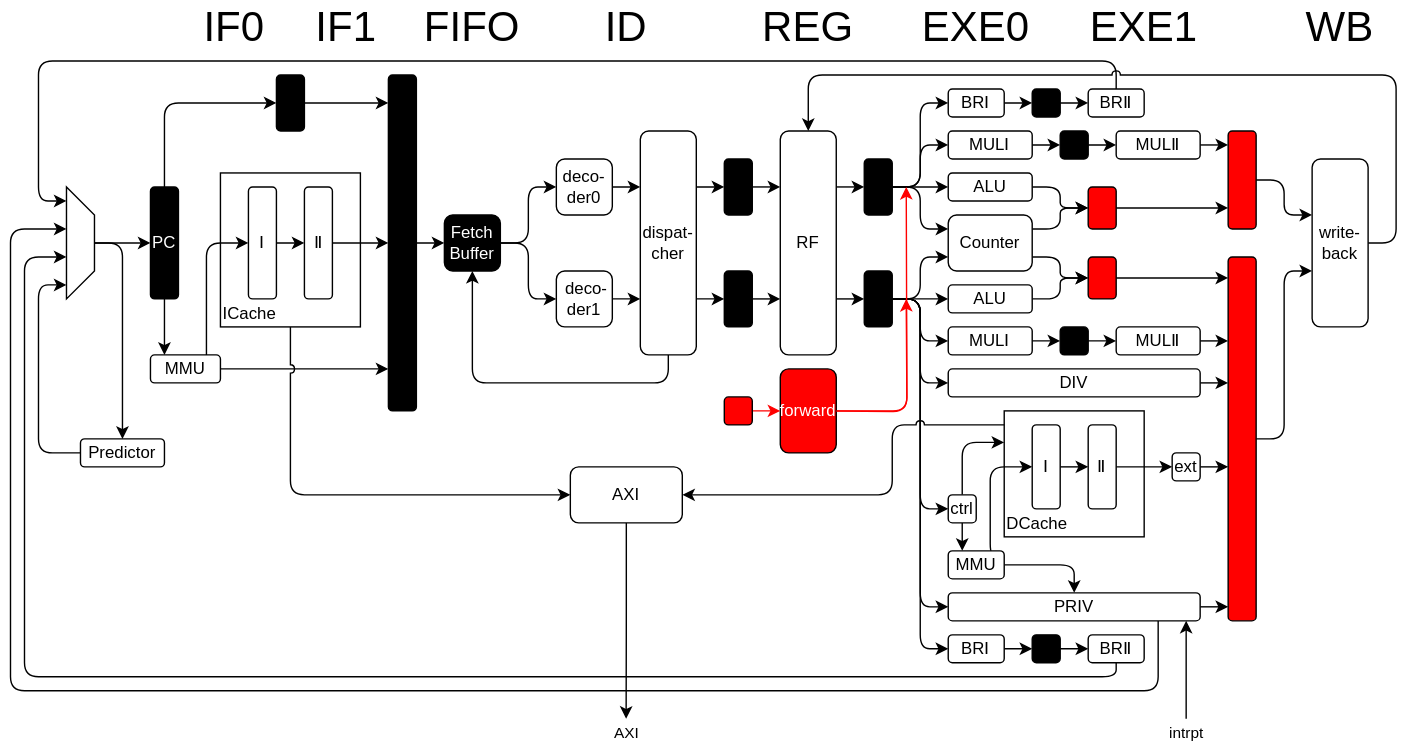
Earlier version of the draw.io export docs/report/flow.svg (XhyDds/creep). Source tidied: cells renumbered, new cells last; positions are measured from the earlier drawing's top-left corner, leaving out a move shared by most shapes.
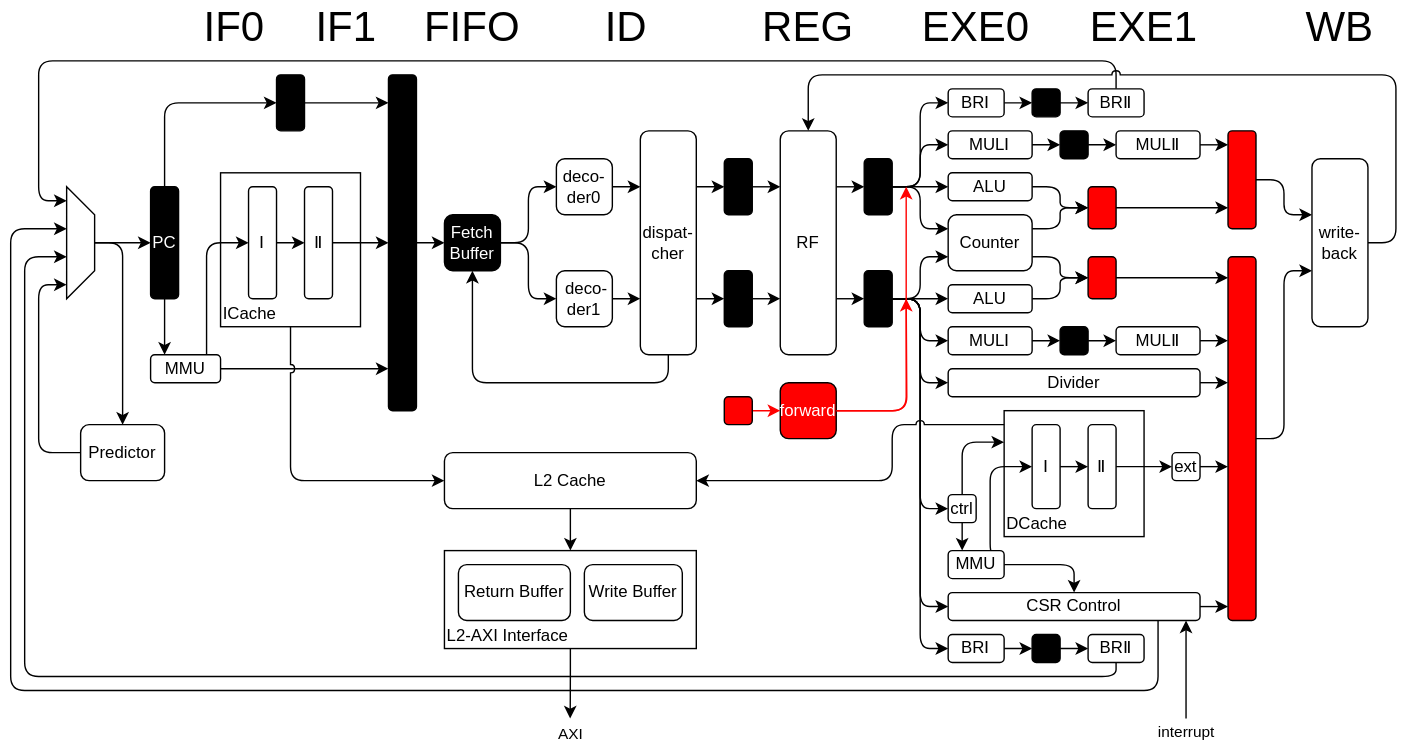
The same diagram one commit later.

What changed in the source:
```diff
@@ -287,7 +287,7 @@
         <mxPoint x="870" y="269.9" as="targetPoint" />
       </mxGeometry>
     </mxCell>
-    <mxCell id="65" value="DIV" style="rounded=1;whiteSpace=wrap;html=1;" parent="1" vertex="1">
+    <mxCell id="65" value="Divider" style="rounded=1;whiteSpace=wrap;html=1;" parent="1" vertex="1">
       <mxGeometry x="670" y="260" width="180" height="20" as="geometry" />
     </mxCell>
     <mxCell id="66" style="edgeStyle=orthogonalEdgeStyle;rounded=1;jettySize=auto;html=1;exitX=1;exitY=0.5;exitDx=0;exitDy=0;" parent="1" edge="1" source="68">
@@ -305,7 +305,7 @@
         </Array>
       </mxGeometry>
     </mxCell>
-    <mxCell id="68" value="PRIV" style="rounded=1;whiteSpace=wrap;html=1;" parent="1" vertex="1">
+    <mxCell id="68" value="CSR Control" style="rounded=1;whiteSpace=wrap;html=1;" parent="1" vertex="1">
       <mxGeometry x="670" y="420" width="180" height="20" as="geometry" />
     </mxCell>
     <mxCell id="69" style="edgeStyle=orthogonalEdgeStyle;rounded=1;jettySize=auto;html=1;exitX=1;exitY=0.5;exitDx=0;exitDy=0;entryX=0;entryY=0.5;entryDx=0;entryDy=0;" parent="1" edge="1" source="70" target="72">
@@ -427,7 +427,7 @@
       <mxGeometry relative="1" as="geometry">
         <Array as="points">
           <mxPoint x="630" y="300" />
-          <mxPoint x="630" y="350" />
+          <mxPoint x="630" y="340" />
         </Array>
       </mxGeometry>
     </mxCell>
@@ -446,7 +446,7 @@
     <mxCell id="98" value="write-&lt;br&gt;back" style="rounded=1;whiteSpace=wrap;html=1;" parent="1" vertex="1">
       <mxGeometry x="930" y="110" width="40" height="120" as="geometry" />
     </mxCell>
-    <mxCell id="99" value="intrpt" style="endArrow=classic;html=1;rounded=1;" parent="1" edge="1">
+    <mxCell id="99" value="interrupt" style="endArrow=classic;html=1;rounded=1;" parent="1" edge="1">
       <mxGeometry x="-1" y="-10" relative="1" as="geometry">
         <mxPoint x="840" y="510" as="sourcePoint" />
         <mxPoint x="840" y="440" as="targetPoint" />
@@ -463,7 +463,7 @@
       </mxGeometry>
     </mxCell>
     <mxCell id="101" value="Predictor" style="rounded=1;whiteSpace=wrap;html=1;" parent="1" vertex="1">
-      <mxGeometry x="50" y="310" width="60" height="20" as="geometry" />
+      <mxGeometry x="50" y="300" width="60" height="40" as="geometry" />
     </mxCell>
     <mxCell id="102" style="edgeStyle=orthogonalEdgeStyle;rounded=1;jettySize=auto;html=1;exitX=0.5;exitY=0;exitDx=0;exitDy=0;entryX=0;entryY=0.5;entryDx=0;entryDy=0;" parent="1" edge="1" source="104" target="4">
       <mxGeometry relative="1" as="geometry" />
@@ -507,7 +507,7 @@
       </mxGeometry>
     </mxCell>
     <mxCell id="115" value="forward" style="rounded=1;whiteSpace=wrap;html=1;strokeColor=#000000;fontColor=#FFFFFF;fillColor=#FF0000;" parent="1" vertex="1">
-      <mxGeometry x="550" y="260" width="40" height="60" as="geometry" />
+      <mxGeometry x="550" y="270" width="40" height="40" as="geometry" />
     </mxCell>
     <mxCell id="116" style="edgeStyle=orthogonalEdgeStyle;rounded=1;jettySize=auto;html=1;strokeColor=#FF0000;" parent="1" edge="1" source="117" target="115">
       <mxGeometry relative="1" as="geometry" />
@@ -515,22 +515,24 @@
     <mxCell id="117" style="rounded=1;whiteSpace=wrap;html=1;fillColor=#FF0000;" parent="1" vertex="1">
       <mxGeometry x="510" y="280" width="20" height="20" as="geometry" />
     </mxCell>
-    <mxCell id="118" value="AXI" style="edgeStyle=orthogonalEdgeStyle;rounded=1;jettySize=auto;html=1;exitX=0.5;exitY=1;exitDx=0;exitDy=0;" parent="1" edge="1" source="119">
+    <mxCell id="118" value="AXI" style="edgeStyle=orthogonalEdgeStyle;rounded=1;jettySize=auto;html=1;exitX=0.5;exitY=1;exitDx=0;exitDy=0;" parent="1" edge="1" source="131">
       <mxGeometry x="1" y="10" relative="1" as="geometry">
-        <mxPoint x="439.9" y="510" as="targetPoint" />
+        <mxPoint x="399.9" y="510" as="targetPoint" />
         <mxPoint x="-10" y="10" as="offset" />
       </mxGeometry>
     </mxCell>
-    <mxCell id="119" value="AXI" style="rounded=1;whiteSpace=wrap;html=1;" parent="1" vertex="1">
-      <mxGeometry x="400" y="330" width="80" height="40" as="geometry" />
+    <mxCell id="119" value="L2 Cache" style="rounded=1;whiteSpace=wrap;html=1;labelPosition=center;verticalLabelPosition=middle;align=center;verticalAlign=middle;" parent="1" vertex="1">
+      <mxGeometry x="310" y="320" width="180" height="40" as="geometry" />
     </mxCell>
     <mxCell id="120" style="edgeStyle=orthogonalEdgeStyle;rounded=1;jettySize=auto;html=1;exitX=0.5;exitY=1;exitDx=0;exitDy=0;entryX=0;entryY=0.5;entryDx=0;entryDy=0;jumpStyle=arc;" parent="1" edge="1" source="5" target="119">
       <mxGeometry relative="1" as="geometry" />
     </mxCell>
-    <mxCell id="121" style="edgeStyle=orthogonalEdgeStyle;rounded=1;orthogonalLoop=1;jettySize=auto;html=1;strokeColor=#FF0000;jumpStyle=none;" parent="1" edge="1">
+    <mxCell id="121" style="edgeStyle=orthogonalEdgeStyle;rounded=1;jettySize=auto;html=1;strokeColor=#FF0000;jumpStyle=none;" parent="1" edge="1" source="115">
       <mxGeometry relative="1" as="geometry">
-        <mxPoint x="590" y="290" as="sourcePoint" />
         <mxPoint x="640" y="130" as="targetPoint" />
+        <Array as="points">
+          <mxPoint x="640" y="290" />
+        </Array>
       </mxGeometry>
     </mxCell>
     <mxCell id="122" value="IF0" style="text;html=1;strokeColor=none;fillColor=none;align=center;verticalAlign=middle;whiteSpace=wrap;rounded=0;strokeWidth=1;fontSize=30;" parent="1" vertex="1">
@@ -557,5 +559,19 @@
     <mxCell id="129" value="WB" style="text;html=1;strokeColor=none;fillColor=none;align=center;verticalAlign=middle;whiteSpace=wrap;rounded=0;strokeWidth=1;fontSize=30;" parent="1" vertex="1">
       <mxGeometry x="920" width="60" height="30" as="geometry" />
     </mxCell>
+    <mxCell id="130" style="edgeStyle=orthogonalEdgeStyle;rounded=1;jettySize=auto;html=1;" parent="1" edge="1" source="119" target="131">
+      <mxGeometry x="1" y="10" relative="1" as="geometry">
+        <mxPoint x="-10" y="10" as="offset" />
+      </mxGeometry>
+    </mxCell>
+    <mxCell id="131" value="L2-AXI Interface" style="rounded=0;whiteSpace=wrap;html=1;align=left;verticalAlign=bottom;" parent="1" vertex="1">
+      <mxGeometry x="310" y="390" width="180" height="70" as="geometry" />
+    </mxCell>
+    <mxCell id="132" value="Write Buffer" style="rounded=1;whiteSpace=wrap;html=1;" parent="1" vertex="1">
+      <mxGeometry x="410" y="400" width="70" height="40" as="geometry" />
+    </mxCell>
+    <mxCell id="133" value="Return Buffer" style="rounded=1;whiteSpace=wrap;html=1;" parent="1" vertex="1">
+      <mxGeometry x="320" y="400" width="80" height="40" as="geometry" />
+    </mxCell>
   </root>
 </mxGraphModel>
```
